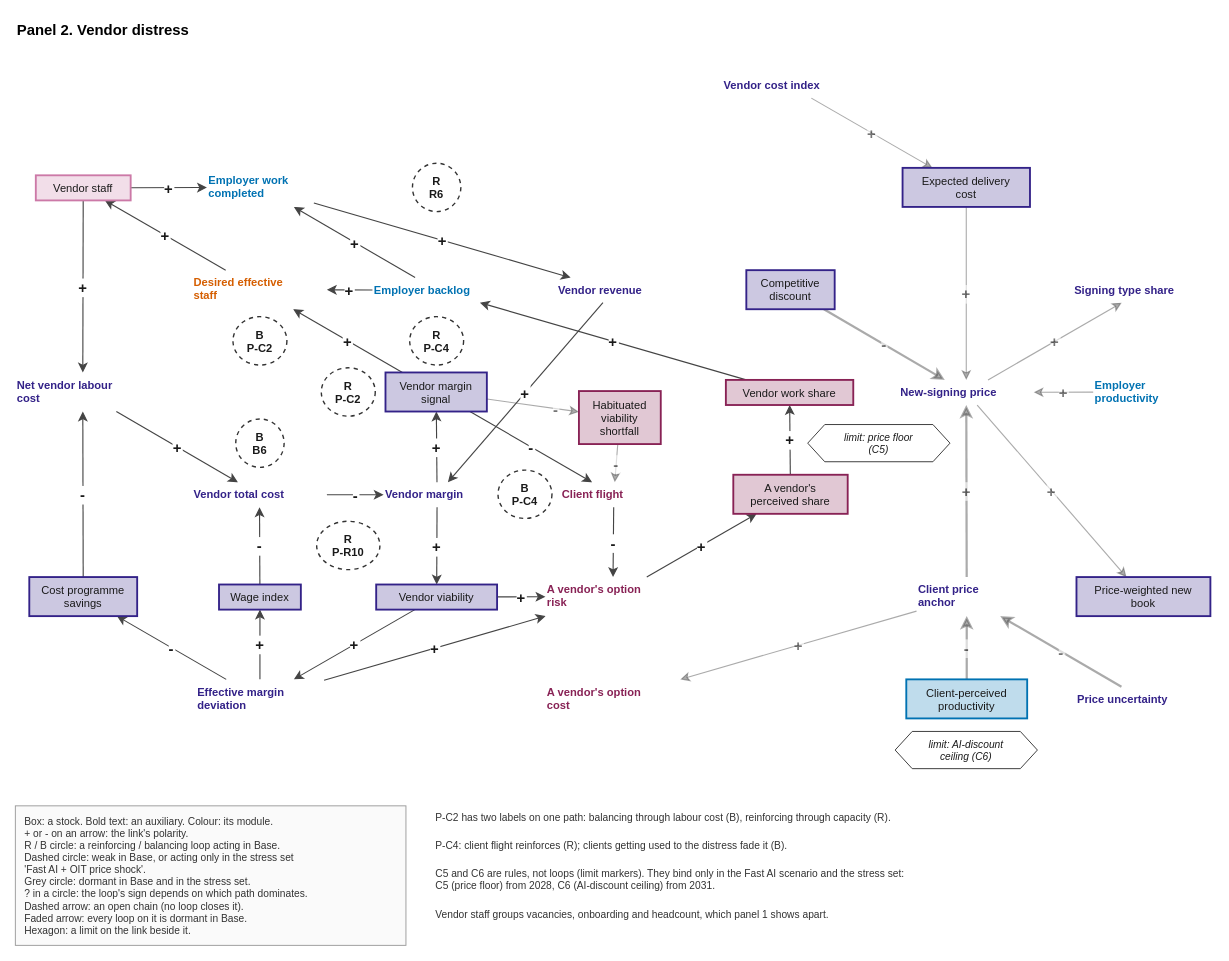
stravoris-tech/ai-it-labour-sim keeps this draw.io diagram as docs/model/diagrams/panel-distress.drawio. Above is the earlier version. Source tidied: cells renumbered, new cells numbered last; positions are measured from the earlier drawing's top-left corner, leaving out a move shared by most shapes. Both pictures are drawn from the tidied source at 93%, with x=0, y=0 at pixel (15, 15).
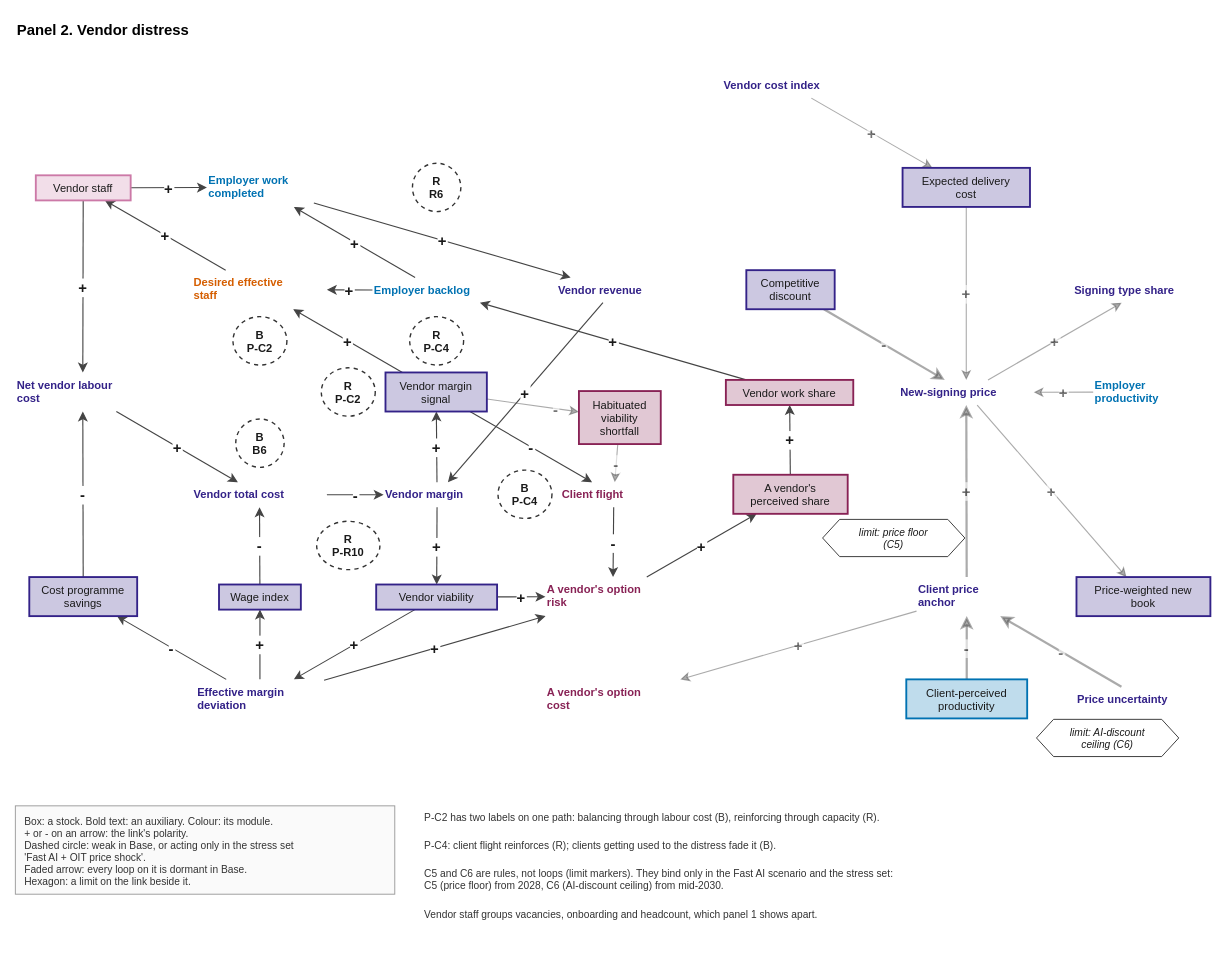
After the change.

What changed in the source:
```diff
@@
     <mxCell id="67" value="limit: AI-discount&#10;ceiling (C6)" style="html=0;fontFamily=Helvetica;fontSize=12;shape=hexagon;perimeter=hexagonPerimeter2;size=0.12;fillColor=#FFFFFF;strokeColor=#333333;fontSize=11;fontStyle=2;fontColor=#1A1A1A;" parent="1" vertex="1">
-      <mxGeometry x="946" y="770" width="153" height="40" as="geometry" />
+      <mxGeometry x="1098" y="757" width="153" height="40" as="geometry" />
     </mxCell>
     <mxCell id="68" value="limit: price floor&#10;(C5)" style="html=0;fontFamily=Helvetica;fontSize=12;shape=hexagon;perimeter=hexagonPerimeter2;size=0.12;fillColor=#FFFFFF;strokeColor=#333333;fontSize=11;fontStyle=2;fontColor=#1A1A1A;" parent="1" vertex="1">
-      <mxGeometry x="852" y="440" width="153" height="40" as="geometry" />
+      <mxGeometry x="868" y="542" width="153" height="40" as="geometry" />
     </mxCell>
@@
-    <mxCell id="77" value="Box: a stock. Bold text: an auxiliary. Colour: its module.&#10;+ or - on an arrow: the link's polarity.&#10;R / B circle: a reinforcing / balancing loop acting in Base.&#10;Dashed circle: weak in Base, or acting only in the stress set&#10;  'Fast AI + OIT price shock'.&#10;Grey circle: dormant in Base and in the stress set.&#10;? in a circle: the loop's sign depends on which path dominates.&#10;Dashed arrow: an open chain (no loop closes it).&#10;Faded arrow: every loop on it is dormant in Base.&#10;Hexagon: a limit on the link beside it." style="html=0;fontFamily=Helvetica;fontSize=12;text;align=left;verticalAlign=top;spacingLeft=8;spacingTop=4;fontSize=11;strokeColor=#999999;fillColor=#FAFAFA;fontColor=#333333;" parent="1" vertex="1">
-      <mxGeometry y="850" width="420" height="150" as="geometry" />
+    <mxCell id="77" value="Box: a stock. Bold text: an auxiliary. Colour: its module.&#10;+ or - on an arrow: the link's polarity.&#10;Dashed circle: weak in Base, or acting only in the stress set&#10;  'Fast AI + OIT price shock'.&#10;Faded arrow: every loop on it is dormant in Base.&#10;Hexagon: a limit on the link beside it." style="html=0;fontFamily=Helvetica;fontSize=12;text;align=left;verticalAlign=top;spacingLeft=8;spacingTop=4;fontSize=11;strokeColor=#999999;fillColor=#FAFAFA;fontColor=#333333;" parent="1" vertex="1">
+      <mxGeometry y="850" width="408" height="95" as="geometry" />
     </mxCell>
     <mxCell id="78" value="P-C2 has two labels on one path: balancing through labour cost (B), reinforcing through capacity (R)." style="html=0;fontFamily=Helvetica;fontSize=12;text;align=left;verticalAlign=top;fontSize=11;strokeColor=none;fillColor=none;fontColor=#333333;" parent="1" vertex="1">
-      <mxGeometry x="450" y="850" width="663" height="26" as="geometry" />
+      <mxGeometry x="438" y="850" width="663" height="26" as="geometry" />
     </mxCell>
     <mxCell id="79" value="P-C4: client flight reinforces (R); clients getting used to the distress fade it (B)." style="html=0;fontFamily=Helvetica;fontSize=12;text;align=left;verticalAlign=top;fontSize=11;strokeColor=none;fillColor=none;fontColor=#333333;" parent="1" vertex="1">
-      <mxGeometry x="450" y="880" width="561" height="26" as="geometry" />
+      <mxGeometry x="438" y="880" width="561" height="26" as="geometry" />
     </mxCell>
-    <mxCell id="80" value="C5 and C6 are rules, not loops (limit markers). They bind only in the Fast AI scenario and the stress set:&#10;C5 (price floor) from 2028, C6 (AI-discount ceiling) from 2031." style="html=0;fontFamily=Helvetica;fontSize=12;text;align=left;verticalAlign=top;fontSize=11;strokeColor=none;fillColor=none;fontColor=#333333;" parent="1" vertex="1">
-      <mxGeometry x="450" y="910" width="695" height="40" as="geometry" />
+    <mxCell id="80" value="C5 and C6 are rules, not loops (limit markers). They bind only in the Fast AI scenario and the stress set:&#10;C5 (price floor) from 2028, C6 (AI-discount ceiling) from mid-2030." style="html=0;fontFamily=Helvetica;fontSize=12;text;align=left;verticalAlign=top;fontSize=11;strokeColor=none;fillColor=none;fontColor=#333333;" parent="1" vertex="1">
+      <mxGeometry x="438" y="910" width="695" height="40" as="geometry" />
     </mxCell>
     <mxCell id="81" value="Vendor staff groups vacancies, onboarding and headcount, which panel 1 shows apart." style="html=0;fontFamily=Helvetica;fontSize=12;text;align=left;verticalAlign=top;fontSize=11;strokeColor=none;fillColor=none;fontColor=#333333;" parent="1" vertex="1">
-      <mxGeometry x="450" y="954" width="548" height="26" as="geometry" />
+      <mxGeometry x="438" y="954" width="548" height="26" as="geometry" />
     </mxCell>
```
